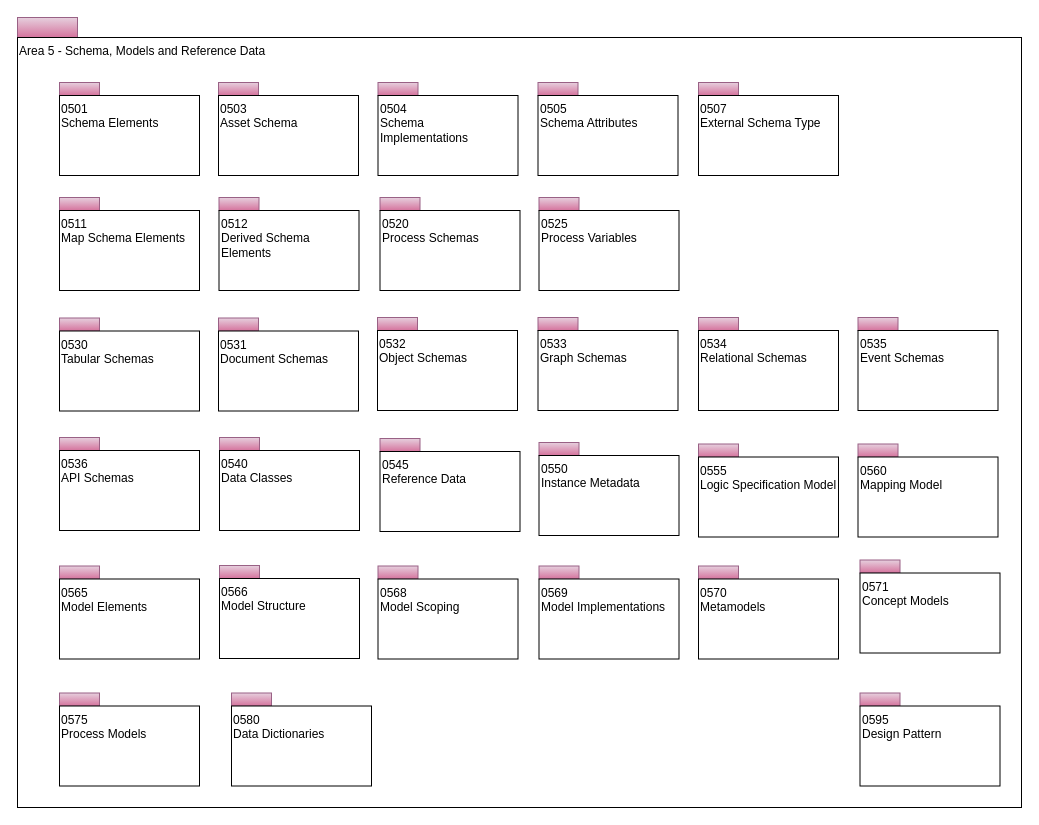
Before: page "overview" (1 of 34) of site/docs/types/5/area-5-models-and-schema.drawio in odpi/egeria-docs, a draw.io diagram. Source tidied: cells renumbered, new cells numbered last; positions are measured from the earlier drawing's top-left corner, leaving out a move shared by most shapes. Both pictures are drawn from the tidied source at 100%, with x=0, y=0 at pixel (17, 17).
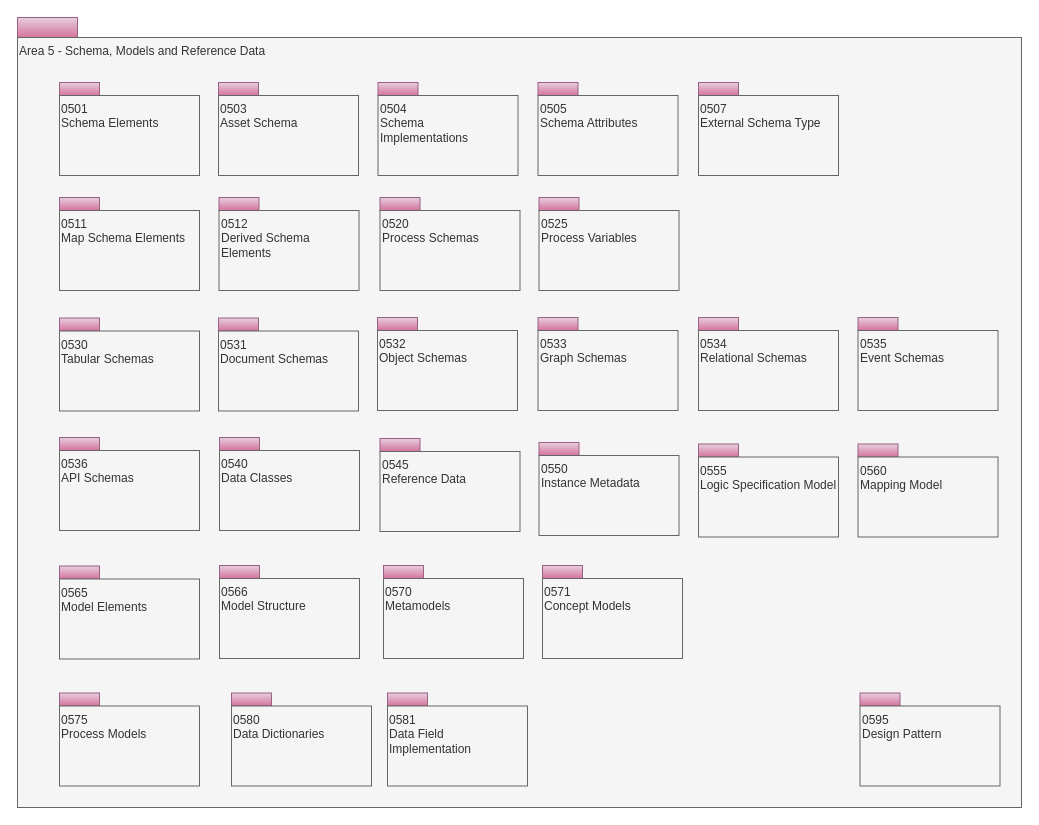
Above is the later version.

Change to the diagram source:
```diff
@@
-    <mxCell id="3" value="Area 5 - Schema, Models and Reference Data" style="rounded=0;whiteSpace=wrap;html=1;align=left;verticalAlign=top;" parent="1" vertex="1">
+    <mxCell id="3" value="Area 5 - Schema, Models and Reference Data" style="rounded=0;whiteSpace=wrap;html=1;align=left;verticalAlign=top;fillColor=#f5f5f5;fontColor=#333333;strokeColor=#666666;" parent="1" vertex="1">
       <mxGeometry y="20" width="1004" height="770" as="geometry" />
     </mxCell>
@@
-    <mxCell id="5" value="0501&lt;br&gt;Schema Elements&lt;br&gt;" style="rounded=0;whiteSpace=wrap;html=1;align=left;verticalAlign=top;" parent="1" vertex="1">
+    <mxCell id="5" value="0501&lt;br&gt;Schema Elements&lt;br&gt;" style="rounded=0;whiteSpace=wrap;html=1;align=left;verticalAlign=top;fillColor=#f5f5f5;fontColor=#333333;strokeColor=#666666;" parent="1" vertex="1">
       <mxGeometry x="42" y="78" width="140" height="80" as="geometry" />
     </mxCell>
@@
-    <mxCell id="7" value="0503&lt;br&gt;Asset Schema&lt;br&gt;" style="rounded=0;whiteSpace=wrap;html=1;align=left;verticalAlign=top;" parent="1" vertex="1">
+    <mxCell id="7" value="0503&lt;br&gt;Asset Schema&lt;br&gt;" style="rounded=0;whiteSpace=wrap;html=1;align=left;verticalAlign=top;fillColor=#f5f5f5;fontColor=#333333;strokeColor=#666666;" parent="1" vertex="1">
       <mxGeometry x="201" y="78" width="140" height="80" as="geometry" />
     </mxCell>
@@
-    <mxCell id="9" value="0504&lt;br&gt;Schema&lt;br&gt;Implementations" style="rounded=0;whiteSpace=wrap;html=1;align=left;verticalAlign=top;" parent="1" vertex="1">
+    <mxCell id="9" value="0504&lt;br&gt;Schema&lt;br&gt;Implementations" style="rounded=0;whiteSpace=wrap;html=1;align=left;verticalAlign=top;fillColor=#f5f5f5;fontColor=#333333;strokeColor=#666666;" parent="1" vertex="1">
       <mxGeometry x="360.5" y="78" width="140" height="80" as="geometry" />
     </mxCell>
@@
-    <mxCell id="11" value="0511&lt;br&gt;Map Schema Elements&lt;br&gt;" style="rounded=0;whiteSpace=wrap;html=1;align=left;verticalAlign=top;" parent="1" vertex="1">
+    <mxCell id="11" value="0511&lt;br&gt;Map Schema Elements&lt;br&gt;" style="rounded=0;whiteSpace=wrap;html=1;align=left;verticalAlign=top;fillColor=#f5f5f5;fontColor=#333333;strokeColor=#666666;" parent="1" vertex="1">
       <mxGeometry x="42" y="193" width="140" height="80" as="geometry" />
     </mxCell>
@@
-    <mxCell id="13" value="0505&lt;br&gt;Schema Attributes&lt;br&gt;" style="rounded=0;whiteSpace=wrap;html=1;align=left;verticalAlign=top;" parent="1" vertex="1">
+    <mxCell id="13" value="0505&lt;br&gt;Schema Attributes&lt;br&gt;" style="rounded=0;whiteSpace=wrap;html=1;align=left;verticalAlign=top;fillColor=#f5f5f5;fontColor=#333333;strokeColor=#666666;" parent="1" vertex="1">
       <mxGeometry x="520.5" y="78" width="140" height="80" as="geometry" />
     </mxCell>
@@
-    <mxCell id="15" value="0531&lt;br&gt;Document Schemas&lt;br&gt;" style="rounded=0;whiteSpace=wrap;html=1;align=left;verticalAlign=top;" parent="1" vertex="1">
+    <mxCell id="15" value="0531&lt;br&gt;Document Schemas&lt;br&gt;" style="rounded=0;whiteSpace=wrap;html=1;align=left;verticalAlign=top;fillColor=#f5f5f5;fontColor=#333333;strokeColor=#666666;" parent="1" vertex="1">
       <mxGeometry x="201" y="313.5" width="140" height="80" as="geometry" />
     </mxCell>
@@
-    <mxCell id="17" value="0534&lt;br&gt;Relational Schemas&lt;br&gt;" style="rounded=0;whiteSpace=wrap;html=1;align=left;verticalAlign=top;" parent="1" vertex="1">
+    <mxCell id="17" value="0534&lt;br&gt;Relational Schemas&lt;br&gt;" style="rounded=0;whiteSpace=wrap;html=1;align=left;verticalAlign=top;fillColor=#f5f5f5;fontColor=#333333;strokeColor=#666666;" parent="1" vertex="1">
       <mxGeometry x="681" y="313" width="140" height="80" as="geometry" />
     </mxCell>
@@
-    <mxCell id="19" value="0535&lt;br&gt;Event Schemas&lt;br&gt;" style="rounded=0;whiteSpace=wrap;html=1;align=left;verticalAlign=top;" parent="1" vertex="1">
+    <mxCell id="19" value="0535&lt;br&gt;Event Schemas&lt;br&gt;" style="rounded=0;whiteSpace=wrap;html=1;align=left;verticalAlign=top;fillColor=#f5f5f5;fontColor=#333333;strokeColor=#666666;" parent="1" vertex="1">
       <mxGeometry x="840.5" y="313" width="140" height="80" as="geometry" />
     </mxCell>
@@
-    <mxCell id="21" value="0536&lt;br&gt;API Schemas&lt;br&gt;" style="rounded=0;whiteSpace=wrap;html=1;align=left;verticalAlign=top;" parent="1" vertex="1">
+    <mxCell id="21" value="0536&lt;br&gt;API Schemas&lt;br&gt;" style="rounded=0;whiteSpace=wrap;html=1;align=left;verticalAlign=top;fillColor=#f5f5f5;fontColor=#333333;strokeColor=#666666;" parent="1" vertex="1">
       <mxGeometry x="42" y="433" width="140" height="80" as="geometry" />
     </mxCell>
@@
-    <mxCell id="23" value="0540&lt;br&gt;Data Classes&lt;br&gt;" style="rounded=0;whiteSpace=wrap;html=1;align=left;verticalAlign=top;" parent="1" vertex="1">
+    <mxCell id="23" value="0540&lt;br&gt;Data Classes&lt;br&gt;" style="rounded=0;whiteSpace=wrap;html=1;align=left;verticalAlign=top;fillColor=#f5f5f5;fontColor=#333333;strokeColor=#666666;" parent="1" vertex="1">
       <mxGeometry x="202" y="433" width="140" height="80" as="geometry" />
     </mxCell>
@@
-    <mxCell id="25" value="0555&lt;br&gt;Logic Specification Model" style="rounded=0;whiteSpace=wrap;html=1;align=left;verticalAlign=top;" parent="1" vertex="1">
+    <mxCell id="25" value="0555&lt;br&gt;Logic Specification Model" style="rounded=0;whiteSpace=wrap;html=1;align=left;verticalAlign=top;fillColor=#f5f5f5;fontColor=#333333;strokeColor=#666666;" parent="1" vertex="1">
       <mxGeometry x="681" y="439.5" width="140" height="80" as="geometry" />
     </mxCell>
@@
-    <mxCell id="27" value="0560&lt;br&gt;Mapping Model&lt;br&gt;" style="rounded=0;whiteSpace=wrap;html=1;align=left;verticalAlign=top;" parent="1" vertex="1">
+    <mxCell id="27" value="0560&lt;br&gt;Mapping Model&lt;br&gt;" style="rounded=0;whiteSpace=wrap;html=1;align=left;verticalAlign=top;fillColor=#f5f5f5;fontColor=#333333;strokeColor=#666666;" parent="1" vertex="1">
       <mxGeometry x="840.5" y="439.5" width="140" height="80" as="geometry" />
     </mxCell>
@@
-    <mxCell id="29" value="0545&lt;br&gt;Reference Data&lt;br&gt;" style="rounded=0;whiteSpace=wrap;html=1;align=left;verticalAlign=top;" parent="1" vertex="1">
+    <mxCell id="29" value="0545&lt;br&gt;Reference Data&lt;br&gt;" style="rounded=0;whiteSpace=wrap;html=1;align=left;verticalAlign=top;fillColor=#f5f5f5;fontColor=#333333;strokeColor=#666666;" parent="1" vertex="1">
       <mxGeometry x="362.5" y="434" width="140" height="80" as="geometry" />
     </mxCell>
@@
-    <mxCell id="31" value="0530&lt;br&gt;Tabular Schemas&lt;br&gt;" style="rounded=0;whiteSpace=wrap;html=1;align=left;verticalAlign=top;" parent="1" vertex="1">
+    <mxCell id="31" value="0530&lt;br&gt;Tabular Schemas&lt;br&gt;" style="rounded=0;whiteSpace=wrap;html=1;align=left;verticalAlign=top;fillColor=#f5f5f5;fontColor=#333333;strokeColor=#666666;" parent="1" vertex="1">
       <mxGeometry x="42" y="313.5" width="140" height="80" as="geometry" />
     </mxCell>
@@
-    <mxCell id="33" value="0512&lt;br&gt;Derived Schema Elements&lt;br&gt;" style="rounded=0;whiteSpace=wrap;html=1;align=left;verticalAlign=top;" parent="1" vertex="1">
+    <mxCell id="33" value="0512&lt;br&gt;Derived Schema Elements&lt;br&gt;" style="rounded=0;whiteSpace=wrap;html=1;align=left;verticalAlign=top;fillColor=#f5f5f5;fontColor=#333333;strokeColor=#666666;" parent="1" vertex="1">
       <mxGeometry x="201.5" y="193" width="140" height="80" as="geometry" />
     </mxCell>
@@
-    <mxCell id="35" value="0532&lt;br&gt;Object Schemas&lt;br&gt;" style="rounded=0;whiteSpace=wrap;html=1;align=left;verticalAlign=top;" parent="1" vertex="1">
+    <mxCell id="35" value="0532&lt;br&gt;Object Schemas&lt;br&gt;" style="rounded=0;whiteSpace=wrap;html=1;align=left;verticalAlign=top;fillColor=#f5f5f5;fontColor=#333333;strokeColor=#666666;" parent="1" vertex="1">
       <mxGeometry x="360" y="313" width="140" height="80" as="geometry" />
     </mxCell>
@@
-    <mxCell id="37" value="0533&lt;br&gt;Graph Schemas&lt;br&gt;" style="rounded=0;whiteSpace=wrap;html=1;align=left;verticalAlign=top;" parent="1" vertex="1">
+    <mxCell id="37" value="0533&lt;br&gt;Graph Schemas&lt;br&gt;" style="rounded=0;whiteSpace=wrap;html=1;align=left;verticalAlign=top;fillColor=#f5f5f5;fontColor=#333333;strokeColor=#666666;" parent="1" vertex="1">
       <mxGeometry x="520.5" y="313" width="140" height="80" as="geometry" />
     </mxCell>
-    <mxCell id="38" style="rounded=0;whiteSpace=wrap;html=1;align=left;fillColor=#e6d0de;strokeColor=#996185;gradientColor=#d5739d;" parent="1" vertex="1">
-      <mxGeometry x="360.5" y="548.5" width="40" height="13" as="geometry" />
-    </mxCell>
-    <mxCell id="39" value="0568&lt;br&gt;Model Scoping" style="rounded=0;whiteSpace=wrap;html=1;align=left;verticalAlign=top;" parent="1" vertex="1">
-      <mxGeometry x="360.5" y="561.5" width="140" height="80" as="geometry" />
-    </mxCell>
     <mxCell id="40" style="rounded=0;whiteSpace=wrap;html=1;align=left;fillColor=#e6d0de;strokeColor=#996185;gradientColor=#d5739d;" parent="1" vertex="1">
-      <mxGeometry x="681" y="548.5" width="40" height="13" as="geometry" />
+      <mxGeometry x="366" y="548" width="40" height="13" as="geometry" />
     </mxCell>
-    <mxCell id="41" value="0570&lt;br&gt;Metamodels&lt;br&gt;" style="rounded=0;whiteSpace=wrap;html=1;align=left;verticalAlign=top;" parent="1" vertex="1">
-      <mxGeometry x="681" y="561.5" width="140" height="80" as="geometry" />
+    <mxCell id="41" value="0570&lt;br&gt;Metamodels&lt;br&gt;" style="rounded=0;whiteSpace=wrap;html=1;align=left;verticalAlign=top;fillColor=#f5f5f5;fontColor=#333333;strokeColor=#666666;" parent="1" vertex="1">
+      <mxGeometry x="366" y="561" width="140" height="80" as="geometry" />
     </mxCell>
@@
-    <mxCell id="43" value="0575&lt;br&gt;Process Models" style="rounded=0;whiteSpace=wrap;html=1;align=left;verticalAlign=top;" parent="1" vertex="1">
+    <mxCell id="43" value="0575&lt;br&gt;Process Models" style="rounded=0;whiteSpace=wrap;html=1;align=left;verticalAlign=top;fillColor=#f5f5f5;fontColor=#333333;strokeColor=#666666;" parent="1" vertex="1">
       <mxGeometry x="42" y="688.5" width="140" height="80" as="geometry" />
     </mxCell>
@@
-    <mxCell id="45" value="0595&lt;br&gt;Design Pattern&lt;br&gt;" style="rounded=0;whiteSpace=wrap;html=1;align=left;verticalAlign=top;" parent="1" vertex="1">
+    <mxCell id="45" value="0595&lt;br&gt;Design Pattern&lt;br&gt;" style="rounded=0;whiteSpace=wrap;html=1;align=left;verticalAlign=top;fillColor=#f5f5f5;fontColor=#333333;strokeColor=#666666;" parent="1" vertex="1">
       <mxGeometry x="842.5" y="688.5" width="140" height="80" as="geometry" />
     </mxCell>
@@
-    <mxCell id="47" value="0565&lt;br&gt;Model Elements&lt;br&gt;" style="rounded=0;whiteSpace=wrap;html=1;align=left;verticalAlign=top;" parent="1" vertex="1">
+    <mxCell id="47" value="0565&lt;br&gt;Model Elements&lt;br&gt;" style="rounded=0;whiteSpace=wrap;html=1;align=left;verticalAlign=top;fillColor=#f5f5f5;fontColor=#333333;strokeColor=#666666;" parent="1" vertex="1">
       <mxGeometry x="42" y="561.5" width="140" height="80" as="geometry" />
     </mxCell>
@@
-    <mxCell id="49" value="0566&lt;br&gt;Model Structure" style="rounded=0;whiteSpace=wrap;html=1;align=left;verticalAlign=top;" parent="1" vertex="1">
+    <mxCell id="49" value="0566&lt;br&gt;Model Structure" style="rounded=0;whiteSpace=wrap;html=1;align=left;verticalAlign=top;fillColor=#f5f5f5;fontColor=#333333;strokeColor=#666666;" parent="1" vertex="1">
       <mxGeometry x="202" y="561" width="140" height="80" as="geometry" />
     </mxCell>
-    <mxCell id="50" style="rounded=0;whiteSpace=wrap;html=1;align=left;fillColor=#e6d0de;strokeColor=#996185;gradientColor=#d5739d;" parent="1" vertex="1">
-      <mxGeometry x="521.5" y="548.5" width="40" height="13" as="geometry" />
-    </mxCell>
-    <mxCell id="51" value="0569&lt;br&gt;Model Implementations" style="rounded=0;whiteSpace=wrap;html=1;align=left;verticalAlign=top;" parent="1" vertex="1">
-      <mxGeometry x="521.5" y="561.5" width="140" height="80" as="geometry" />
-    </mxCell>
     <mxCell id="52" style="rounded=0;whiteSpace=wrap;html=1;align=left;fillColor=#e6d0de;strokeColor=#996185;gradientColor=#d5739d;" parent="1" vertex="1">
-      <mxGeometry x="842.5" y="542.5" width="40" height="13" as="geometry" />
+      <mxGeometry x="525" y="548" width="40" height="13" as="geometry" />
     </mxCell>
-    <mxCell id="53" value="0571&lt;br&gt;Concept Models" style="rounded=0;whiteSpace=wrap;html=1;align=left;verticalAlign=top;" parent="1" vertex="1">
-      <mxGeometry x="842.5" y="555.5" width="140" height="80" as="geometry" />
+    <mxCell id="53" value="0571&lt;br&gt;Concept Models" style="rounded=0;whiteSpace=wrap;html=1;align=left;verticalAlign=top;fillColor=#f5f5f5;fontColor=#333333;strokeColor=#666666;" parent="1" vertex="1">
+      <mxGeometry x="525" y="561" width="140" height="80" as="geometry" />
     </mxCell>
@@
-    <mxCell id="55" value="0507&lt;br&gt;External Schema Type" style="rounded=0;whiteSpace=wrap;html=1;align=left;verticalAlign=top;" parent="1" vertex="1">
+    <mxCell id="55" value="0507&lt;br&gt;External Schema Type" style="rounded=0;whiteSpace=wrap;html=1;align=left;verticalAlign=top;fillColor=#f5f5f5;fontColor=#333333;strokeColor=#666666;" parent="1" vertex="1">
       <mxGeometry x="681" y="78" width="140" height="80" as="geometry" />
     </mxCell>
@@
-    <mxCell id="57" value="0520&lt;br&gt;Process Schemas" style="rounded=0;whiteSpace=wrap;html=1;align=left;verticalAlign=top;" parent="1" vertex="1">
+    <mxCell id="57" value="0520&lt;br&gt;Process Schemas" style="rounded=0;whiteSpace=wrap;html=1;align=left;verticalAlign=top;fillColor=#f5f5f5;fontColor=#333333;strokeColor=#666666;" parent="1" vertex="1">
       <mxGeometry x="362.5" y="193" width="140" height="80" as="geometry" />
     </mxCell>
@@
-    <mxCell id="59" value="0550&lt;br&gt;Instance Metadata" style="rounded=0;whiteSpace=wrap;html=1;align=left;verticalAlign=top;" parent="1" vertex="1">
+    <mxCell id="59" value="0550&lt;br&gt;Instance Metadata" style="rounded=0;whiteSpace=wrap;html=1;align=left;verticalAlign=top;fillColor=#f5f5f5;fontColor=#333333;strokeColor=#666666;" parent="1" vertex="1">
       <mxGeometry x="521.5" y="438" width="140" height="80" as="geometry" />
     </mxCell>
@@
-    <mxCell id="61" value="0525&lt;br&gt;Process Variables" style="rounded=0;whiteSpace=wrap;html=1;align=left;verticalAlign=top;" parent="1" vertex="1">
+    <mxCell id="61" value="0525&lt;br&gt;Process Variables" style="rounded=0;whiteSpace=wrap;html=1;align=left;verticalAlign=top;fillColor=#f5f5f5;fontColor=#333333;strokeColor=#666666;" parent="1" vertex="1">
       <mxGeometry x="521.5" y="193" width="140" height="80" as="geometry" />
     </mxCell>
@@
-    <mxCell id="63" value="0580&lt;br&gt;Data Dictionaries" style="rounded=0;whiteSpace=wrap;html=1;align=left;verticalAlign=top;" parent="1" vertex="1">
+    <mxCell id="63" value="0580&lt;br&gt;Data Dictionaries" style="rounded=0;whiteSpace=wrap;html=1;align=left;verticalAlign=top;fillColor=#f5f5f5;fontColor=#333333;strokeColor=#666666;" parent="1" vertex="1">
       <mxGeometry x="214" y="688.5" width="140" height="80" as="geometry" />
     </mxCell>
+    <mxCell id="64" style="rounded=0;whiteSpace=wrap;html=1;align=left;fillColor=#e6d0de;strokeColor=#996185;gradientColor=#d5739d;" parent="1" vertex="1">
+      <mxGeometry x="370" y="675.5" width="40" height="13" as="geometry" />
+    </mxCell>
+    <mxCell id="65" value="0581&lt;br&gt;Data Field Implementation" style="rounded=0;whiteSpace=wrap;html=1;align=left;verticalAlign=top;fillColor=#f5f5f5;fontColor=#333333;strokeColor=#666666;" parent="1" vertex="1">
+      <mxGeometry x="370" y="688.5" width="140" height="80" as="geometry" />
+    </mxCell>
```
